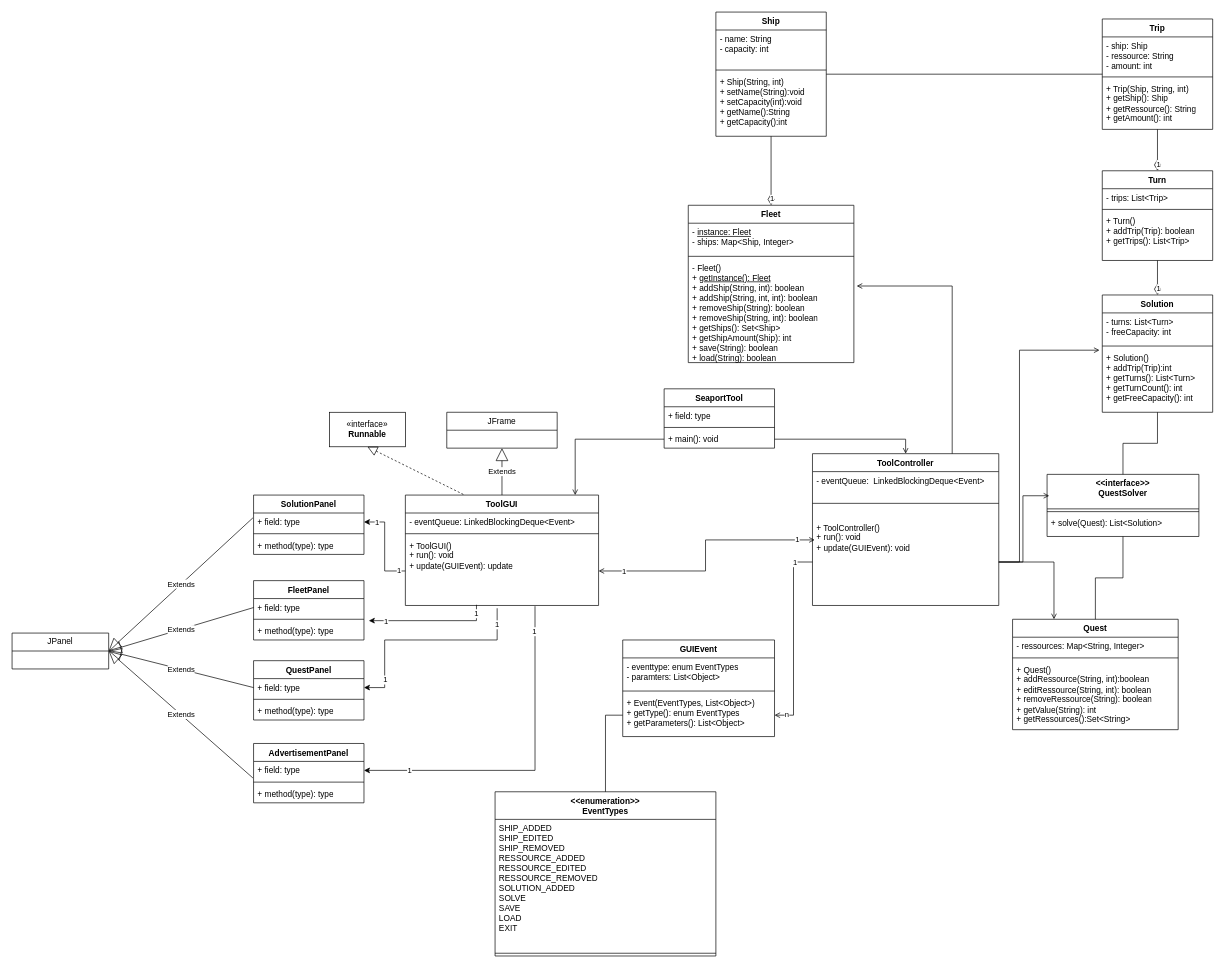
sloorx/SeaportTool keeps this draw.io diagram as doc/Klassendiagramm.drawio. Above is the earlier version. Source tidied: cells renumbered, new cells numbered last; positions are measured from the earlier drawing's top-left corner, leaving out a move shared by most shapes. Both pictures are drawn from the tidied source at 69%, with x=0, y=0 at pixel (12, 12).
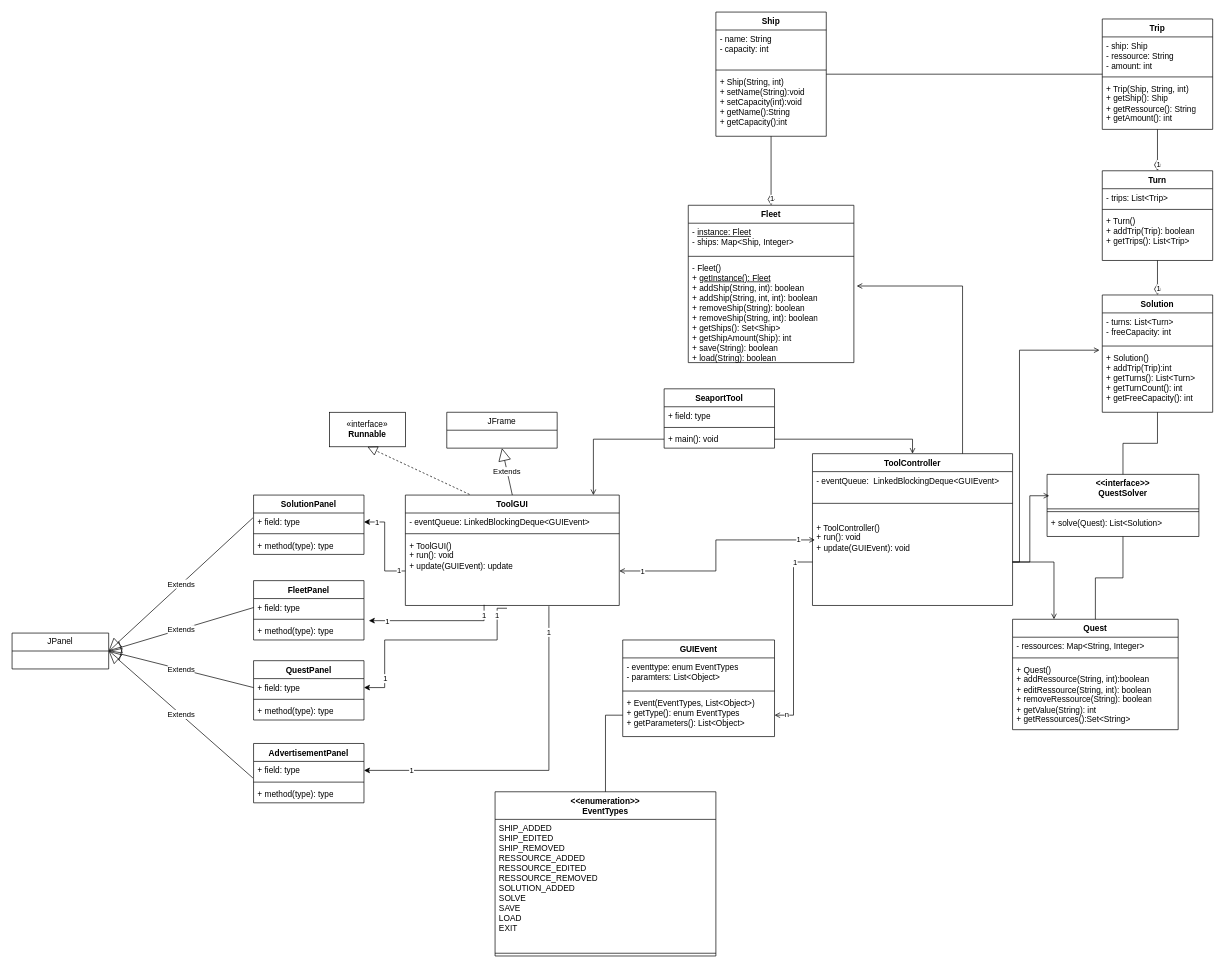
Above is the later version.

Diff of the diagram source:
```diff
@@
     <mxCell id="39" value="ToolController" style="swimlane;fontStyle=1;align=center;verticalAlign=top;horizontal=1;startSize=26;whiteSpace=wrap;html=1;" parent="1" vertex="1">
-      <mxGeometry x="1160" y="640" width="270" height="220" as="geometry" />
+      <mxGeometry x="1160" y="640" width="290" height="220" as="geometry" />
     </mxCell>
-    <mxCell id="40" value="- eventQueue:&amp;nbsp; LinkedBlockingDeque&amp;lt;Event&amp;gt;" style="text;strokeColor=none;fillColor=none;align=left;verticalAlign=top;spacingLeft=4;spacingRight=4;overflow=hidden;whiteSpace=wrap;html=1;" parent="39" vertex="1">
-      <mxGeometry y="26" width="270" height="24" as="geometry" />
+    <mxCell id="40" value="- eventQueue:&amp;nbsp; LinkedBlockingDeque&amp;lt;GUIEvent&amp;gt;" style="text;strokeColor=none;fillColor=none;align=left;verticalAlign=top;spacingLeft=4;spacingRight=4;overflow=hidden;whiteSpace=wrap;html=1;" parent="39" vertex="1">
+      <mxGeometry y="26" width="290" height="24" as="geometry" />
     </mxCell>
     <mxCell id="41" style="line;strokeWidth=1;fillColor=none;align=left;verticalAlign=middle;spacingTop=-1;spacingLeft=3;spacingRight=3;labelPosition=right;strokeColor=inherit;" parent="39" vertex="1">
-      <mxGeometry y="50" width="270" height="44" as="geometry" />
+      <mxGeometry y="50" width="290" height="44" as="geometry" />
     </mxCell>
     <mxCell id="42" value="+ ToolController()&lt;br&gt;+ run(): void&lt;br&gt;+ update(GUIEvent): void" style="text;strokeColor=none;fillColor=none;align=left;verticalAlign=top;spacingLeft=4;spacingRight=4;overflow=hidden;points=[[0,0.5],[1,0.5]];portConstraint=eastwest;whiteSpace=wrap;html=1;" parent="39" vertex="1">
-      <mxGeometry y="94" width="270" height="126" as="geometry" />
+      <mxGeometry y="94" width="290" height="126" as="geometry" />
     </mxCell>
     <mxCell id="43" value="ToolGUI" style="swimlane;fontStyle=1;align=center;verticalAlign=top;horizontal=1;startSize=26;whiteSpace=wrap;html=1;" parent="1" vertex="1">
-      <mxGeometry x="570" y="700" width="280" height="160" as="geometry" />
+      <mxGeometry x="570" y="700" width="310" height="160" as="geometry" />
     </mxCell>
-    <mxCell id="44" value="- eventQueue: LinkedBlockingDeque&amp;lt;Event&amp;gt;" style="text;strokeColor=none;fillColor=none;align=left;verticalAlign=top;spacingLeft=4;spacingRight=4;overflow=hidden;whiteSpace=wrap;html=1;" parent="43" vertex="1">
-      <mxGeometry y="26" width="280" height="26" as="geometry" />
+    <mxCell id="44" value="- eventQueue: LinkedBlockingDeque&amp;lt;GUIEvent&amp;gt;" style="text;strokeColor=none;fillColor=none;align=left;verticalAlign=top;spacingLeft=4;spacingRight=4;overflow=hidden;whiteSpace=wrap;html=1;" parent="43" vertex="1">
+      <mxGeometry y="26" width="310" height="26" as="geometry" />
     </mxCell>
     <mxCell id="45" style="line;strokeWidth=1;fillColor=none;align=left;verticalAlign=middle;spacingTop=-1;spacingLeft=3;spacingRight=3;labelPosition=right;strokeColor=inherit;" parent="43" vertex="1">
-      <mxGeometry y="52" width="280" height="8" as="geometry" />
+      <mxGeometry y="52" width="310" height="8" as="geometry" />
     </mxCell>
     <mxCell id="46" value="+ ToolGUI()&lt;br&gt;+ run(): void&lt;br&gt;+ update(GUIEvent): update" style="text;strokeColor=none;fillColor=none;align=left;verticalAlign=top;spacingLeft=4;spacingRight=4;overflow=hidden;points=[[0,0.5],[1,0.5]];portConstraint=eastwest;whiteSpace=wrap;html=1;" parent="43" vertex="1">
-      <mxGeometry y="60" width="280" height="100" as="geometry" />
+      <mxGeometry y="60" width="310" height="100" as="geometry" />
     </mxCell>
```
